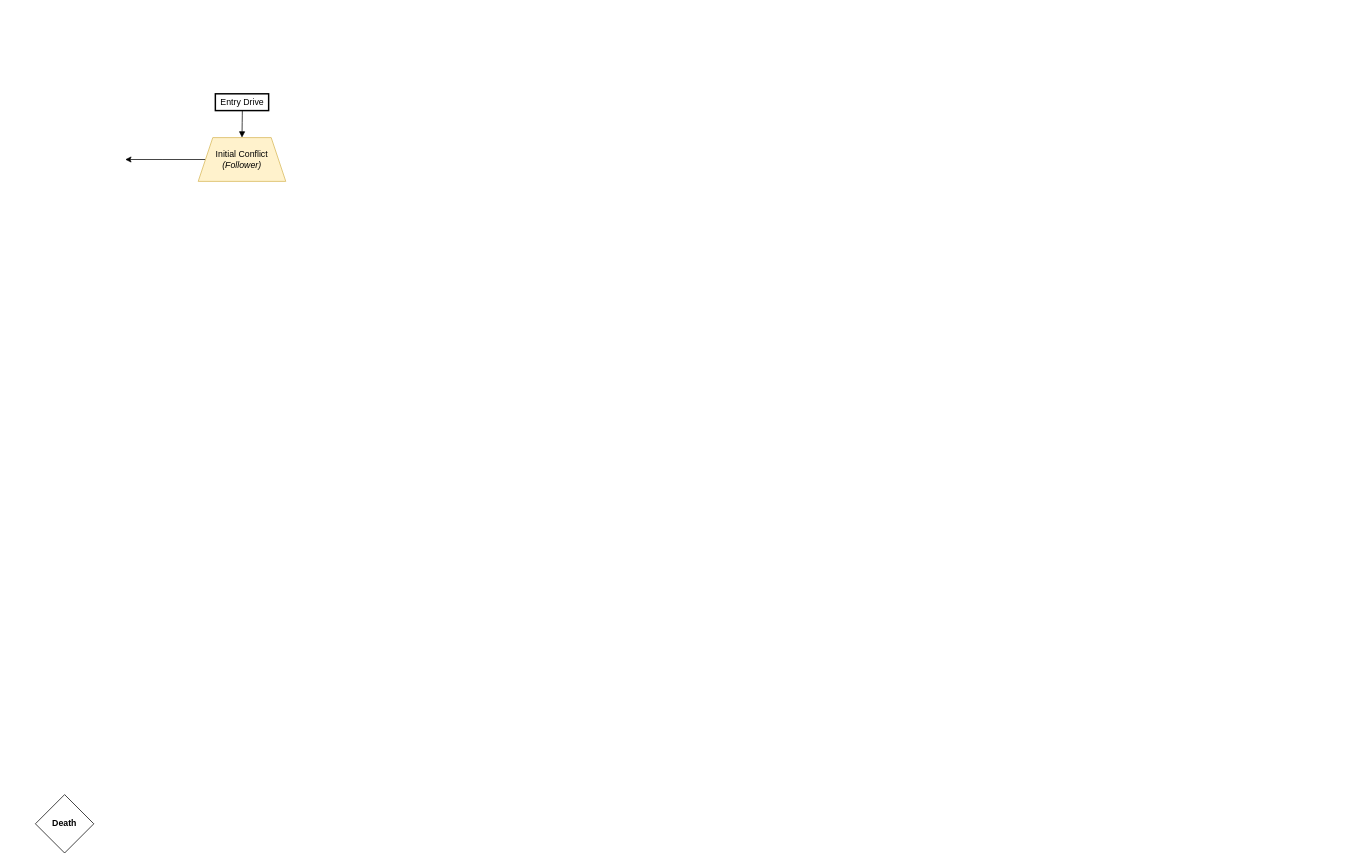
This is Untitled Diagram.drawio from DrTemperance/ProjectTILLIE, a draw.io file, before an edit. Source tidied: cells renumbered, new cells numbered last; positions are measured from the earlier drawing's top-left corner, leaving out a move shared by most shapes. Both pictures are drawn from the tidied source at 73%, with x=0, y=0 at pixel (35, 93).
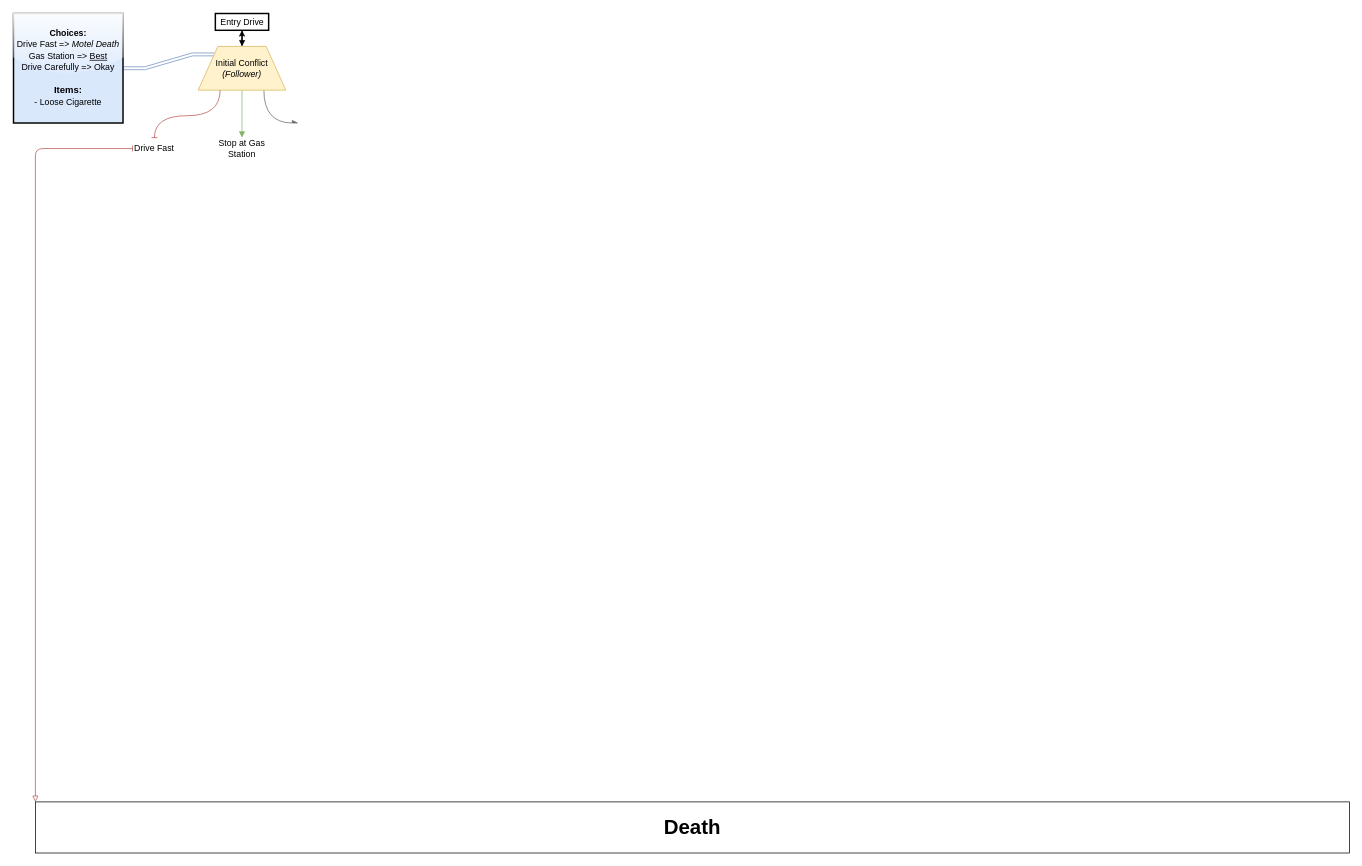
The same page after the edit.

The edit, as a diff of the source:
```diff
@@
     <mxCell id="2" value="Entry Drive" style="whiteSpace=wrap;strokeWidth=2;" parent="1" vertex="1">
-      <mxGeometry x="246.5" width="73" height="23" as="geometry" />
+      <mxGeometry x="246.5" y="-110" width="73" height="23" as="geometry" />
     </mxCell>
@@
-    <mxCell id="4" style="edgeStyle=orthogonalEdgeStyle;rounded=0;jettySize=auto;html=1;" parent="1" edge="1" source="5">
+    <mxCell id="4" style="jettySize=auto;html=1;entryX=0;entryY=0;entryDx=0;entryDy=0;exitX=0;exitY=0.5;exitDx=0;exitDy=0;shadow=0;fillColor=#f8cecc;strokeColor=#b85450;startArrow=baseDash;startFill=0;strokeWidth=1;targetPerimeterSpacing=0;endArrow=block;endFill=0;edgeStyle=orthogonalEdgeStyle;" parent="1" edge="1" source="12" target="6">
       <mxGeometry relative="1" as="geometry">
-        <mxPoint x="123" y="90" as="targetPoint" />
+        <Array as="points">
+          <mxPoint y="75" />
+        </Array>
       </mxGeometry>
     </mxCell>
+    <mxCell id="7" style="edgeStyle=orthogonalEdgeStyle;rounded=0;jettySize=auto;html=1;entryX=0.5;entryY=0;entryDx=0;entryDy=0;curved=1;startArrow=none;startFill=0;endArrow=block;endFill=1;fillColor=#d5e8d4;strokeColor=#82b366;" parent="1" edge="1" target="13">
+      <mxGeometry relative="1" as="geometry">
+        <mxPoint x="283" y="-5" as="sourcePoint" />
+        <Array as="points">
+          <mxPoint x="283" y="50" />
+          <mxPoint x="283" y="50" />
+        </Array>
+      </mxGeometry>
+    </mxCell>
+    <mxCell id="8" style="edgeStyle=entityRelationEdgeStyle;rounded=1;jettySize=auto;html=1;exitX=0;exitY=0;exitDx=0;exitDy=0;entryX=1;entryY=0.5;entryDx=0;entryDy=0;shape=link;strokeWidth=1;shadow=0;startSize=6;endSize=6;fillColor=#dae8fc;strokeColor=#6c8ebf;" parent="1" edge="1" source="5" target="14">
+      <mxGeometry relative="1" as="geometry" />
+    </mxCell>
+    <mxCell id="9" style="edgeStyle=orthogonalEdgeStyle;rounded=0;jettySize=auto;html=1;exitX=0.75;exitY=1;exitDx=0;exitDy=0;curved=1;endArrow=async;endFill=1;fillColor=#f5f5f5;gradientColor=#b3b3b3;strokeColor=#666666;" parent="1" edge="1" source="5">
+      <mxGeometry relative="1" as="geometry">
+        <mxPoint x="360" y="40" as="targetPoint" />
+        <Array as="points">
+          <mxPoint x="313" y="40" />
+        </Array>
+      </mxGeometry>
+    </mxCell>
+    <mxCell id="10" style="edgeStyle=orthogonalEdgeStyle;rounded=0;jettySize=auto;html=1;" parent="1" edge="1" source="5" target="2">
+      <mxGeometry relative="1" as="geometry" />
+    </mxCell>
-    <mxCell id="5" value="Initial Conflict&lt;br&gt;&lt;i&gt;(Follower)&lt;/i&gt;" style="shape=trapezoid;perimeter=trapezoidPerimeter;whiteSpace=wrap;html=1;fixedSize=1;fillColor=#fff2cc;strokeColor=#d6b656;" parent="1" vertex="1">
-      <mxGeometry x="223" y="60" width="120" height="60" as="geometry" />
+    <mxCell id="5" value="Initial Conflict&lt;br&gt;&lt;i&gt;(Follower)&lt;/i&gt;" style="shape=trapezoid;perimeter=trapezoidPerimeter;whiteSpace=wrap;html=1;fixedSize=1;fillColor=#fff2cc;strokeColor=#d6b656;size=27;" parent="1" vertex="1">
+      <mxGeometry x="223" y="-65" width="120" height="60" as="geometry" />
     </mxCell>
-    <mxCell id="6" value="&lt;b&gt;Death&lt;/b&gt;" style="rhombus;whiteSpace=wrap;html=1;" parent="1" vertex="1">
-      <mxGeometry y="960" width="80" height="80" as="geometry" />
+    <mxCell id="6" value="&lt;b&gt;&lt;font style=&quot;font-size: 28px;&quot;&gt;Death&lt;/font&gt;&lt;/b&gt;" style="rounded=0;whiteSpace=wrap;html=1;align=center;" parent="1" vertex="1">
+      <mxGeometry y="970" width="1800" height="70" as="geometry" />
     </mxCell>
+    <mxCell id="11" style="edgeStyle=orthogonalEdgeStyle;rounded=0;jettySize=auto;html=1;entryX=0.5;entryY=0;entryDx=0;entryDy=0;exitX=0.25;exitY=1;exitDx=0;exitDy=0;curved=1;shadow=0;fillColor=#f8cecc;strokeColor=#b85450;endArrow=baseDash;endFill=0;" parent="1" edge="1" source="5" target="12">
+      <mxGeometry relative="1" as="geometry">
+        <Array as="points">
+          <mxPoint x="253" y="30" />
+          <mxPoint x="163" y="30" />
+        </Array>
+      </mxGeometry>
+    </mxCell>
+    <mxCell id="12" value="Drive Fast" style="text;html=1;strokeColor=none;fillColor=none;align=center;verticalAlign=middle;whiteSpace=wrap;rounded=0;" parent="1" vertex="1">
+      <mxGeometry x="133" y="60" width="60" height="30" as="geometry" />
+    </mxCell>
+    <mxCell id="13" value="Stop at Gas Station" style="text;html=1;strokeColor=none;fillColor=none;align=center;verticalAlign=middle;whiteSpace=wrap;rounded=0;" parent="1" vertex="1">
+      <mxGeometry x="243" y="60" width="80" height="30" as="geometry" />
+    </mxCell>
+    <mxCell id="14" value="&lt;p style=&quot;line-height: 130%;&quot;&gt;&lt;b&gt;Choices:&lt;br&gt;&lt;/b&gt;Drive Fast =&amp;gt; &lt;i&gt;Motel Death&lt;/i&gt;&lt;br&gt;Gas Station =&amp;gt; &lt;u&gt;Best&lt;br&gt;&lt;/u&gt;Drive Carefully =&amp;gt; Okay&lt;br&gt;&lt;br&gt;&lt;font style=&quot;font-size: 13px;&quot;&gt;&lt;b&gt;Items:&lt;/b&gt;&lt;br&gt;&lt;/font&gt;- Loose Cigarette&lt;/p&gt;" style="whiteSpace=wrap;html=1;fillColor=#dae8fc;strokeColor=default;strokeWidth=2;gradientColor=none;rounded=0;glass=1;shadow=0;" parent="1" vertex="1">
+      <mxGeometry x="-30" y="-110" width="150" height="150" as="geometry" />
+    </mxCell>
```
